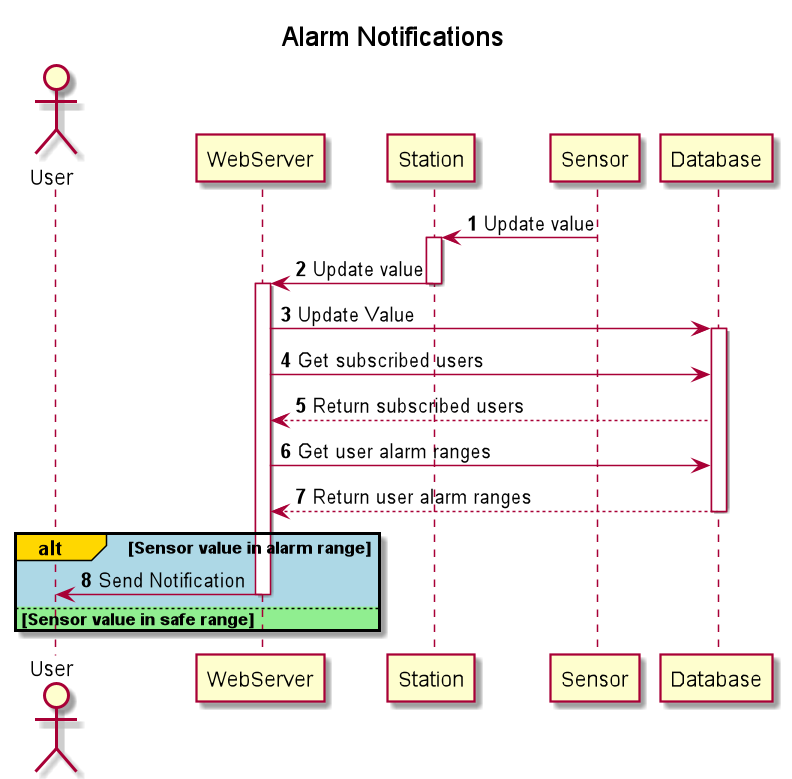
The PlantUML diagram diagrams/sequence/Alarm_Notifications.png in ooad-sv/semester-project-design, before a commit. The source it was exported from:
```plantuml
@startuml

autonumber
title Alarm Notifications
actor User
participant WebServer
participant Station
participant Sensor
participant Database
Sensor -> Station: Update value
activate Station
Station-> WebServer: Update value
deactivate Station
activate WebServer
WebServer -> Database: Update Value
activate Database
WebServer -> Database: Get subscribed users
Database--> WebServer: Return subscribed users
WebServer -> Database: Get user alarm ranges
Database--> WebServer: Return user alarm ranges
deactivate Database
alt#Gold #LightBlue Sensor value in alarm range
    WebServer -> User: Send Notification
    deactivate WebServer
else #LightGreen Sensor value in safe range
end


@enduml
```
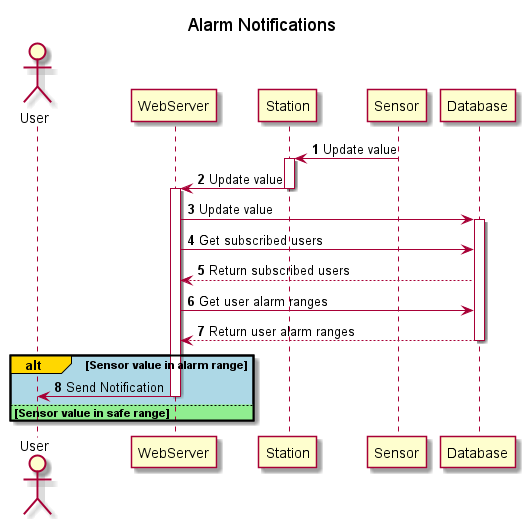
The same file after the commit.

Change to the diagram source:
```diff
@@ -12,7 +12,7 @@
 Station-> WebServer: Update value
 deactivate Station
 activate WebServer
-WebServer -> Database: Update Value
+WebServer -> Database: Update value
 activate Database
 WebServer -> Database: Get subscribed users
 Database--> WebServer: Return subscribed users
```
